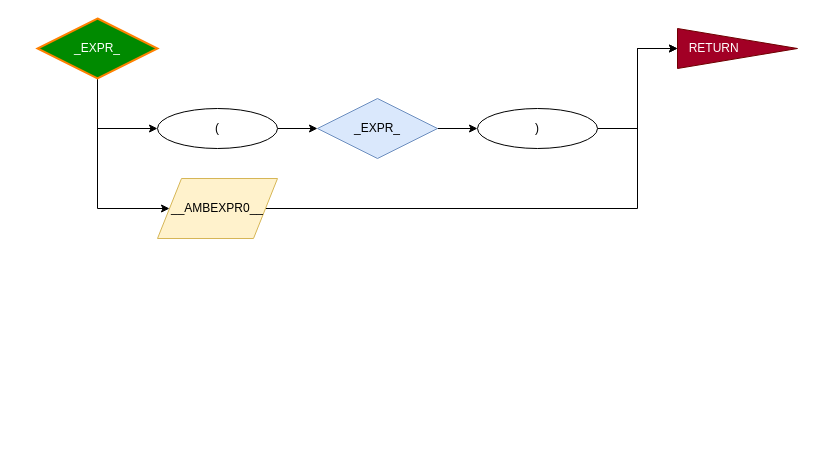
Earlier version of the draw.io diagram page "_EXPR_" (4 of 8) of CFG.drawio (ZacharyYGateley/Compiler). Source tidied: cells renumbered, new cells numbered last; positions are measured from the earlier drawing's top-left corner, leaving out a move shared by most shapes. Both pictures are drawn from the tidied source at 100%, with x=0, y=0 at pixel (37, 18).
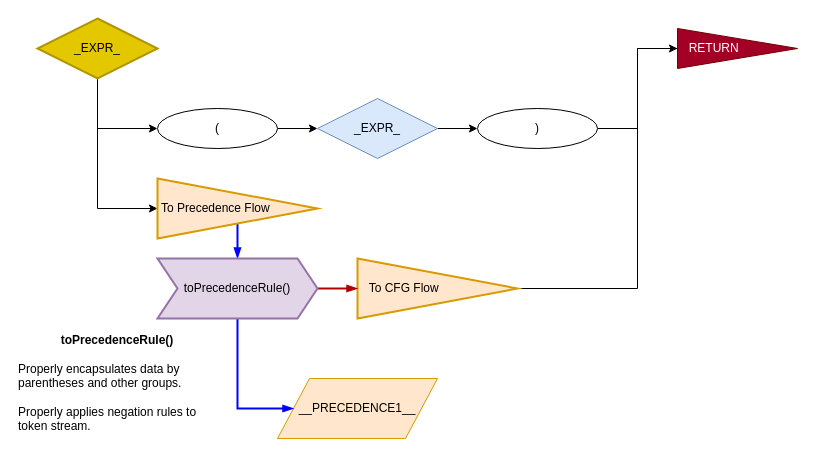
The same page after the edit.

The change refers to these unchanged cells:
```xml
<mxCell id="8" value=")" style="ellipse;whiteSpace=wrap;html=1;" parent="1" vertex="1">
  <mxGeometry x="440" y="90" width="120" height="40" as="geometry" />
</mxCell>
<mxCell id="11" value="RETURN&amp;nbsp; &amp;nbsp; &amp;nbsp; &amp;nbsp; &amp;nbsp; &amp;nbsp; &amp;nbsp;&amp;nbsp;" style="triangle;whiteSpace=wrap;html=1;fillColor=#a20025;strokeColor=#6F0000;fontColor=#ffffff;" parent="1" vertex="1">
  <mxGeometry x="640" y="10" width="120" height="40" as="geometry" />
</mxCell>
```

Change to the diagram source:
```diff
@@
-    <mxCell id="3" style="edgeStyle=orthogonalEdgeStyle;rounded=0;jettySize=auto;html=1;exitX=0.5;exitY=1;exitDx=0;exitDy=0;entryX=0;entryY=0.5;entryDx=0;entryDy=0;" parent="1" edge="1" source="4" target="13">
+    <mxCell id="3" style="edgeStyle=orthogonalEdgeStyle;rounded=0;jettySize=auto;html=1;exitX=0.5;exitY=1;exitDx=0;exitDy=0;" parent="1" edge="1" source="4">
       <mxGeometry relative="1" as="geometry">
+        <mxPoint x="120" y="190" as="targetPoint" />
         <Array as="points">
           <mxPoint x="60" y="190" />
         </Array>
       </mxGeometry>
     </mxCell>
-    <mxCell id="4" value="_EXPR_" style="rhombus;whiteSpace=wrap;html=1;fillColor=#008a00;strokeColor=#FF8000;fontColor=#ffffff;strokeWidth=2;" parent="1" vertex="1">
+    <mxCell id="4" value="&lt;font color=&quot;#000000&quot;&gt;_EXPR_&lt;/font&gt;" style="rhombus;whiteSpace=wrap;html=1;fillColor=#e3c800;strokeColor=#B09500;fontColor=#ffffff;strokeWidth=2;" parent="1" vertex="1">
       <mxGeometry width="120" height="60" as="geometry" />
     </mxCell>
@@
     <mxCell id="7" style="edgeStyle=orthogonalEdgeStyle;rounded=0;jettySize=auto;html=1;exitX=1;exitY=0.5;exitDx=0;exitDy=0;entryX=0;entryY=0.5;entryDx=0;entryDy=0;" parent="1" edge="1" source="8" target="11">
-      <mxGeometry relative="1" as="geometry" />
+      <mxGeometry relative="1" as="geometry">
+        <Array as="points">
+          <mxPoint x="600" y="110" />
+          <mxPoint x="600" y="30" />
+        </Array>
+      </mxGeometry>
     </mxCell>
@@
-    <mxCell id="12" style="edgeStyle=orthogonalEdgeStyle;rounded=0;jettySize=auto;html=1;exitX=1;exitY=0.5;exitDx=0;exitDy=0;entryX=0;entryY=0.5;entryDx=0;entryDy=0;" parent="1" edge="1" source="13" target="11">
-      <mxGeometry relative="1" as="geometry">
-        <Array as="points">
-          <mxPoint x="600" y="190" />
-          <mxPoint x="600" y="30" />
-        </Array>
-      </mxGeometry>
-    </mxCell>
-    <mxCell id="13" value="__AMBEXPR0__" style="shape=parallelogram;perimeter=parallelogramPerimeter;whiteSpace=wrap;html=1;fillColor=#fff2cc;strokeColor=#d6b656;" parent="1" vertex="1">
-      <mxGeometry x="120" y="160" width="120" height="60" as="geometry" />
-    </mxCell>
+    <mxCell id="14" style="edgeStyle=orthogonalEdgeStyle;rounded=0;jettySize=auto;html=1;exitX=0.5;exitY=1;exitDx=0;exitDy=0;entryX=0.5;entryY=0;entryDx=0;entryDy=0;endArrow=blockThin;endFill=1;strokeColor=#0000FF;strokeWidth=2;" parent="1" edge="1" source="15" target="21">
+      <mxGeometry relative="1" as="geometry" />
+    </mxCell>
+    <mxCell id="15" value="To Precedence Flow&amp;nbsp; &amp;nbsp; &amp;nbsp; &amp;nbsp; &amp;nbsp; &amp;nbsp; &amp;nbsp;" style="triangle;whiteSpace=wrap;html=1;strokeColor=#d79b00;strokeWidth=2;fillColor=#ffe6cc;" parent="1" vertex="1">
+      <mxGeometry x="120" y="160" width="160" height="60" as="geometry" />
+    </mxCell>
+    <mxCell id="16" style="edgeStyle=orthogonalEdgeStyle;rounded=0;jettySize=auto;html=1;exitX=1;exitY=0.5;exitDx=0;exitDy=0;entryX=0;entryY=0.5;entryDx=0;entryDy=0;endArrow=none;endFill=0;strokeWidth=1;" parent="1" edge="1" source="17" target="11">
+      <mxGeometry relative="1" as="geometry">
+        <Array as="points">
+          <mxPoint x="600" y="270" />
+          <mxPoint x="600" y="30" />
+        </Array>
+      </mxGeometry>
+    </mxCell>
+    <mxCell id="17" value="To CFG Flow&amp;nbsp; &amp;nbsp; &amp;nbsp; &amp;nbsp; &amp;nbsp; &amp;nbsp; &amp;nbsp; &amp;nbsp; &amp;nbsp; &amp;nbsp;&amp;nbsp;" style="triangle;whiteSpace=wrap;html=1;strokeColor=#d79b00;strokeWidth=2;fillColor=#ffe6cc;" parent="1" vertex="1">
+      <mxGeometry x="320" y="240" width="160" height="60" as="geometry" />
+    </mxCell>
+    <mxCell id="18" value="__PRECEDENCE1__" style="shape=parallelogram;perimeter=parallelogramPerimeter;whiteSpace=wrap;html=1;fillColor=#ffe6cc;strokeColor=#d79b00;" parent="1" vertex="1">
+      <mxGeometry x="240" y="360" width="160" height="60" as="geometry" />
+    </mxCell>
+    <mxCell id="19" style="edgeStyle=orthogonalEdgeStyle;rounded=0;jettySize=auto;html=1;exitX=0.5;exitY=1;exitDx=0;exitDy=0;entryX=0;entryY=0.5;entryDx=0;entryDy=0;endArrow=blockThin;endFill=1;strokeColor=#0000FF;strokeWidth=2;" parent="1" edge="1" source="21" target="18">
+      <mxGeometry relative="1" as="geometry">
+        <Array as="points">
+          <mxPoint x="200" y="390" />
+        </Array>
+      </mxGeometry>
+    </mxCell>
+    <mxCell id="20" style="edgeStyle=orthogonalEdgeStyle;rounded=0;jettySize=auto;html=1;exitX=1;exitY=0.5;exitDx=0;exitDy=0;entryX=0;entryY=0.5;entryDx=0;entryDy=0;endArrow=blockThin;endFill=1;strokeColor=#B20000;strokeWidth=2;fillColor=#e51400;" parent="1" edge="1" source="21" target="17">
+      <mxGeometry relative="1" as="geometry" />
+    </mxCell>
+    <mxCell id="21" value="toPrecedenceRule()" style="shape=step;perimeter=stepPerimeter;whiteSpace=wrap;html=1;fixedSize=1;strokeColor=#9673a6;strokeWidth=2;direction=east;fillColor=#e1d5e7;" parent="1" vertex="1">
+      <mxGeometry x="120" y="240" width="160" height="60" as="geometry" />
+    </mxCell>
+    <mxCell id="22" value="&lt;b&gt;toPrecedenceRule()&lt;/b&gt;&lt;br&gt;&lt;br&gt;&lt;div style=&quot;text-align: left&quot;&gt;&lt;span&gt;Properly encapsulates data by parentheses and other groups.&lt;/span&gt;&lt;/div&gt;&lt;div style=&quot;text-align: left&quot;&gt;&lt;br&gt;&lt;/div&gt;&lt;div style=&quot;text-align: left&quot;&gt;&lt;span&gt;Properly applies negation rules to token stream.&lt;/span&gt;&lt;/div&gt;" style="text;html=1;strokeColor=none;fillColor=none;align=center;verticalAlign=middle;whiteSpace=wrap;rounded=0;" parent="1" vertex="1">
+      <mxGeometry x="-20" y="310" width="200" height="110" as="geometry" />
+    </mxCell>
```
